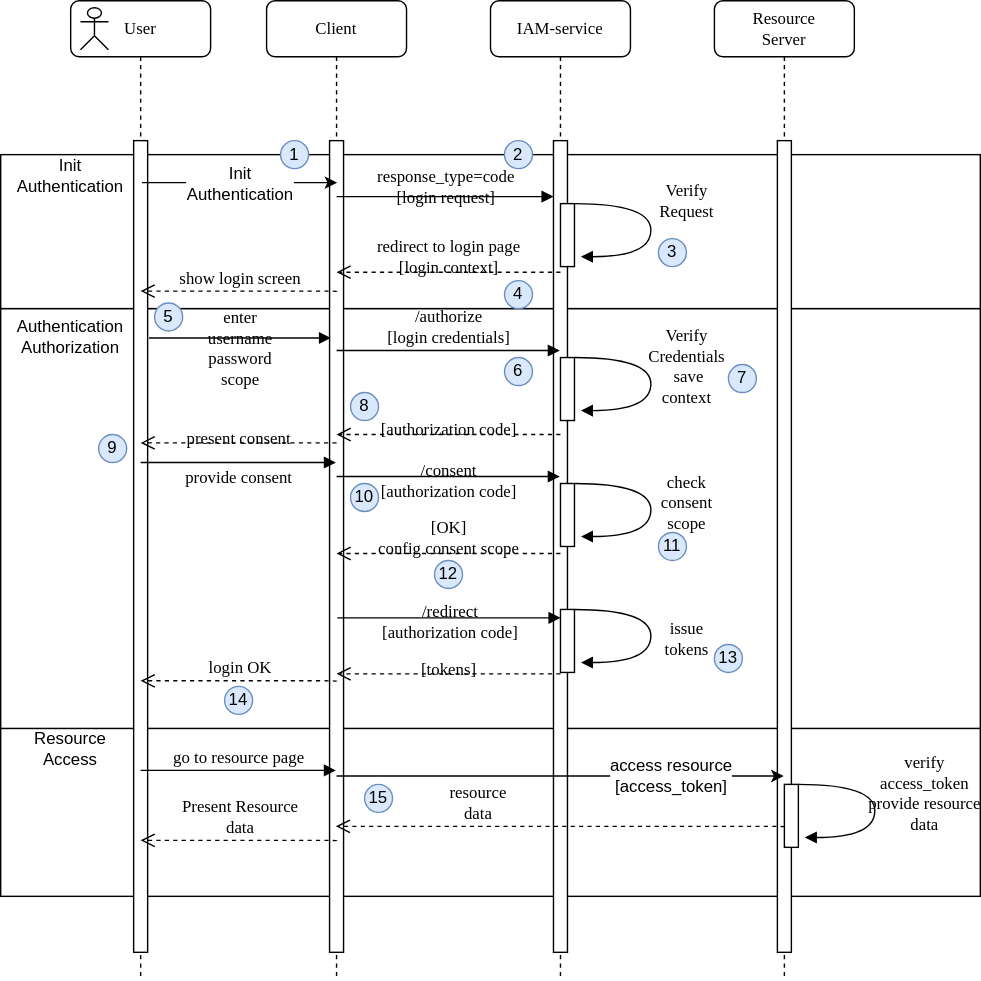
Above: docs/oauth2/131_authorization-code-flow.svg in jveverka/iam-service (draw.io), before the change. Source tidied: cells renumbered, new cells last; positions are measured from the earlier drawing's top-left corner, leaving out a move shared by most shapes.
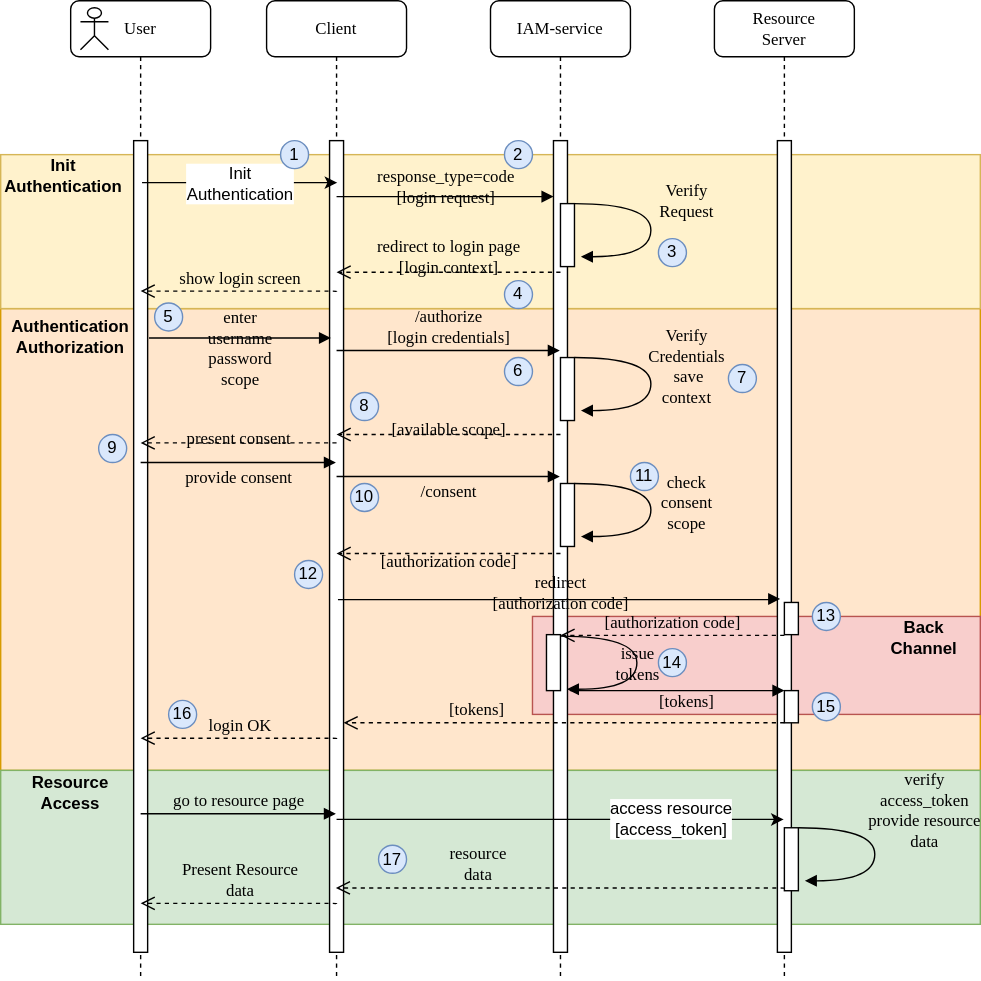
After the change.

Change to the diagram source:
```diff
@@ -2,13 +2,16 @@
   <root>
     <mxCell id="0" />
     <mxCell id="1" parent="0" />
+    <mxCell id="3" style="rounded=0;whiteSpace=wrap;html=1;fillColor=#ffe6cc;strokeColor=#d79b00;" parent="1" vertex="1">
+      <mxGeometry y="220" width="700" height="330" as="geometry" />
+    </mxCell>
+    <mxCell id="62" style="rounded=0;whiteSpace=wrap;html=1;fillColor=#f8cecc;strokeColor=#b85450;" parent="1" vertex="1">
+      <mxGeometry x="380" y="440" width="320" height="70" as="geometry" />
+    </mxCell>
-    <mxCell id="2" style="rounded=0;whiteSpace=wrap;html=1;" parent="1" vertex="1">
-      <mxGeometry y="520" width="700" height="120" as="geometry" />
+    <mxCell id="2" style="rounded=0;whiteSpace=wrap;html=1;fillColor=#d5e8d4;strokeColor=#82b366;" parent="1" vertex="1">
+      <mxGeometry y="550" width="700" height="110" as="geometry" />
     </mxCell>
-    <mxCell id="3" style="rounded=0;whiteSpace=wrap;html=1;" parent="1" vertex="1">
-      <mxGeometry y="220" width="700" height="300" as="geometry" />
-    </mxCell>
-    <mxCell id="4" style="rounded=0;whiteSpace=wrap;html=1;" parent="1" vertex="1">
+    <mxCell id="4" style="rounded=0;whiteSpace=wrap;html=1;fillColor=#fff2cc;strokeColor=#d6b656;" parent="1" vertex="1">
       <mxGeometry y="110" width="700" height="110" as="geometry" />
     </mxCell>
     <mxCell id="5" value="Client" style="shape=umlLifeline;perimeter=lifelinePerimeter;whiteSpace=wrap;html=1;rounded=1;shadow=0;comic=0;labelBackgroundColor=none;strokeWidth=1;fontFamily=Verdana;fontSize=12;align=center;" parent="1" vertex="1">
@@ -95,7 +98,7 @@
         <mxPoint x="236" y="241" as="targetPoint" />
       </mxGeometry>
     </mxCell>
-    <mxCell id="21" value="[authorization code]" style="html=1;verticalAlign=bottom;endArrow=open;dashed=1;endSize=8;labelBackgroundColor=none;fontFamily=Verdana;fontSize=12;edgeStyle=elbowEdgeStyle;elbow=vertical;" parent="1" edge="1">
+    <mxCell id="21" value="[available scope]" style="html=1;verticalAlign=bottom;endArrow=open;dashed=1;endSize=8;labelBackgroundColor=none;fontFamily=Verdana;fontSize=12;edgeStyle=elbowEdgeStyle;elbow=vertical;" parent="1" edge="1">
       <mxGeometry y="6" relative="1" as="geometry">
         <mxPoint x="400" y="310" as="sourcePoint" />
         <mxPoint x="240" y="310" as="targetPoint" />
@@ -105,7 +108,7 @@
         </Array>
       </mxGeometry>
     </mxCell>
-    <mxCell id="22" value="/consent&lt;br&gt;[authorization code]" style="html=1;verticalAlign=bottom;endArrow=block;labelBackgroundColor=none;fontFamily=Verdana;fontSize=12;edgeStyle=elbowEdgeStyle;elbow=vertical;" parent="1" edge="1">
+    <mxCell id="22" value="/consent" style="html=1;verticalAlign=bottom;endArrow=block;labelBackgroundColor=none;fontFamily=Verdana;fontSize=12;edgeStyle=elbowEdgeStyle;elbow=vertical;" parent="1" edge="1">
       <mxGeometry y="-20" relative="1" as="geometry">
         <mxPoint x="240" y="340" as="sourcePoint" />
         <mxPoint x="399.5" y="340" as="targetPoint" />
@@ -125,8 +128,8 @@
         <mxPoint y="1" as="offset" />
       </mxGeometry>
     </mxCell>
-    <mxCell id="25" value="[OK]&lt;br&gt;config consent scope" style="html=1;verticalAlign=bottom;endArrow=open;dashed=1;endSize=8;labelBackgroundColor=none;fontFamily=Verdana;fontSize=12;edgeStyle=elbowEdgeStyle;elbow=vertical;" parent="1" edge="1">
-      <mxGeometry y="6" relative="1" as="geometry">
+    <mxCell id="25" value="[authorization code]" style="html=1;verticalAlign=bottom;endArrow=open;dashed=1;endSize=8;labelBackgroundColor=none;fontFamily=Verdana;fontSize=12;edgeStyle=elbowEdgeStyle;elbow=vertical;" parent="1" edge="1">
+      <mxGeometry y="15" relative="1" as="geometry">
         <mxPoint x="400" y="395" as="sourcePoint" />
         <mxPoint x="240" y="395" as="targetPoint" />
         <Array as="points">
@@ -151,11 +154,11 @@
     </mxCell>
     <mxCell id="28" value="login OK" style="html=1;verticalAlign=bottom;endArrow=open;dashed=1;endSize=8;labelBackgroundColor=none;fontFamily=Verdana;fontSize=12;edgeStyle=elbowEdgeStyle;elbow=vertical;" parent="1" edge="1">
       <mxGeometry relative="1" as="geometry">
-        <mxPoint x="240" y="486.5" as="sourcePoint" />
-        <mxPoint x="100" y="486" as="targetPoint" />
+        <mxPoint x="240" y="527.5" as="sourcePoint" />
+        <mxPoint x="100" y="527" as="targetPoint" />
         <Array as="points">
-          <mxPoint x="205" y="486" />
-          <mxPoint x="235" y="486" />
+          <mxPoint x="205" y="527" />
+          <mxPoint x="235" y="527" />
         </Array>
       </mxGeometry>
     </mxCell>
@@ -187,13 +190,13 @@
       <mxGeometry x="250" y="345" width="20" height="20" as="geometry" />
     </mxCell>
     <mxCell id="38" value="11" style="ellipse;whiteSpace=wrap;html=1;fillColor=#dae8fc;strokeColor=#6c8ebf;" parent="1" vertex="1">
-      <mxGeometry x="470" y="380" width="20" height="20" as="geometry" />
+      <mxGeometry x="450" y="330" width="20" height="20" as="geometry" />
     </mxCell>
     <mxCell id="39" value="12" style="ellipse;whiteSpace=wrap;html=1;fillColor=#dae8fc;strokeColor=#6c8ebf;" parent="1" vertex="1">
-      <mxGeometry x="310" y="400" width="20" height="20" as="geometry" />
+      <mxGeometry x="210" y="400" width="20" height="20" as="geometry" />
     </mxCell>
-    <mxCell id="40" value="14" style="ellipse;whiteSpace=wrap;html=1;fillColor=#dae8fc;strokeColor=#6c8ebf;" parent="1" vertex="1">
-      <mxGeometry x="160" y="490" width="20" height="20" as="geometry" />
+    <mxCell id="40" value="16" style="ellipse;whiteSpace=wrap;html=1;fillColor=#dae8fc;strokeColor=#6c8ebf;" parent="1" vertex="1">
+      <mxGeometry x="120" y="500" width="20" height="20" as="geometry" />
     </mxCell>
     <mxCell id="41" value="Resource&lt;br&gt;Server" style="shape=umlLifeline;perimeter=lifelinePerimeter;whiteSpace=wrap;html=1;rounded=1;shadow=0;comic=0;labelBackgroundColor=none;strokeWidth=1;fontFamily=Verdana;fontSize=12;align=center;" parent="1" vertex="1">
       <mxGeometry x="510" width="100" height="700" as="geometry" />
@@ -203,8 +206,8 @@
     </mxCell>
     <mxCell id="43" style="endArrow=classic;html=1;" parent="1" edge="1">
       <mxGeometry relative="1" as="geometry">
-        <mxPoint x="240" y="554" as="sourcePoint" />
-        <mxPoint x="559.5" y="554" as="targetPoint" />
+        <mxPoint x="240" y="585" as="sourcePoint" />
+        <mxPoint x="559.5" y="585" as="targetPoint" />
       </mxGeometry>
     </mxCell>
     <mxCell id="44" value="access resource&lt;br&gt;[access_token]" style="text;html=1;align=center;verticalAlign=middle;labelBackgroundColor=#ffffff;" parent="43" vertex="1">
@@ -212,60 +215,62 @@
     </mxCell>
     <mxCell id="45" value="resource&lt;br&gt;data" style="html=1;verticalAlign=bottom;endArrow=open;dashed=1;endSize=8;labelBackgroundColor=none;fontFamily=Verdana;fontSize=12;edgeStyle=elbowEdgeStyle;elbow=vertical;" parent="1" edge="1">
       <mxGeometry x="0.37" relative="1" as="geometry">
-        <mxPoint x="560" y="590.5" as="sourcePoint" />
-        <mxPoint x="239.5" y="590" as="targetPoint" />
+        <mxPoint x="560" y="634.5" as="sourcePoint" />
+        <mxPoint x="239.5" y="634" as="targetPoint" />
         <Array as="points">
-          <mxPoint x="525" y="590" />
-          <mxPoint x="555" y="590" />
+          <mxPoint x="525" y="634" />
+          <mxPoint x="555" y="634" />
         </Array>
       </mxGeometry>
     </mxCell>
     <mxCell id="46" value="go to resource page" style="html=1;verticalAlign=bottom;endArrow=block;labelBackgroundColor=none;fontFamily=Verdana;fontSize=12;edgeStyle=elbowEdgeStyle;elbow=vertical;" parent="1" edge="1">
       <mxGeometry relative="1" as="geometry">
-        <mxPoint x="100" y="550" as="sourcePoint" />
-        <mxPoint x="239.5" y="550" as="targetPoint" />
+        <mxPoint x="100" y="581" as="sourcePoint" />
+        <mxPoint x="239.5" y="581" as="targetPoint" />
       </mxGeometry>
     </mxCell>
     <mxCell id="47" value="Present Resource&lt;br&gt;data" style="html=1;verticalAlign=bottom;endArrow=open;dashed=1;endSize=8;labelBackgroundColor=none;fontFamily=Verdana;fontSize=12;edgeStyle=elbowEdgeStyle;elbow=vertical;" parent="1" edge="1">
       <mxGeometry relative="1" as="geometry">
-        <mxPoint x="240" y="600.5" as="sourcePoint" />
-        <mxPoint x="100" y="600" as="targetPoint" />
+        <mxPoint x="240" y="645.5" as="sourcePoint" />
+        <mxPoint x="100" y="645" as="targetPoint" />
         <Array as="points">
-          <mxPoint x="205" y="600" />
-          <mxPoint x="235" y="600" />
+          <mxPoint x="205" y="645" />
+          <mxPoint x="235" y="645" />
         </Array>
       </mxGeometry>
     </mxCell>
     <mxCell id="48" style="html=1;perimeter=orthogonalPerimeter;rounded=0;shadow=0;comic=0;labelBackgroundColor=none;strokeWidth=1;fontFamily=Verdana;fontSize=12;align=center;" parent="1" vertex="1">
-      <mxGeometry x="560" y="560" width="10" height="45" as="geometry" />
+      <mxGeometry x="560" y="591" width="10" height="45" as="geometry" />
     </mxCell>
     <mxCell id="49" value="verify&lt;br&gt;access_token&lt;br&gt;provide resource&lt;br&gt;data" style="html=1;verticalAlign=bottom;endArrow=block;labelBackgroundColor=none;fontFamily=Verdana;fontSize=12;elbow=vertical;edgeStyle=orthogonalEdgeStyle;curved=1;entryX=1;entryY=0.286;entryPerimeter=0;exitX=1.038;exitY=0.345;exitPerimeter=0;" parent="1" edge="1">
-      <mxGeometry x="0.3" y="35" relative="1" as="geometry">
-        <mxPoint x="570" y="560" as="sourcePoint" />
-        <mxPoint x="574.6" y="597.9" as="targetPoint" />
+      <mxGeometry x="0.03" y="35" relative="1" as="geometry">
+        <mxPoint x="570" y="591" as="sourcePoint" />
+        <mxPoint x="574.6" y="628.9" as="targetPoint" />
         <Array as="points">
-          <mxPoint x="624.6" y="559.9" />
-          <mxPoint x="624.6" y="597.9" />
+          <mxPoint x="624.6" y="590.9" />
+          <mxPoint x="624.6" y="628.9" />
         </Array>
-        <mxPoint y="1" as="offset" />
       </mxGeometry>
     </mxCell>
-    <mxCell id="50" value="15" style="ellipse;whiteSpace=wrap;html=1;fillColor=#dae8fc;strokeColor=#6c8ebf;" parent="1" vertex="1">
-      <mxGeometry x="260" y="560" width="20" height="20" as="geometry" />
+    <mxCell id="50" value="17" style="ellipse;whiteSpace=wrap;html=1;fillColor=#dae8fc;strokeColor=#6c8ebf;" parent="1" vertex="1">
+      <mxGeometry x="270" y="603.5" width="20" height="20" as="geometry" />
     </mxCell>
-    <mxCell id="51" value="Init&lt;br&gt;Authentication" style="text;html=1;strokeColor=none;fillColor=none;align=center;verticalAlign=middle;whiteSpace=wrap;rounded=0;" parent="1" vertex="1">
-      <mxGeometry x="10" y="110" width="80" height="30" as="geometry" />
+    <mxCell id="51" value="&lt;b&gt;Init&lt;br&gt;Authentication&lt;/b&gt;" style="text;html=1;strokeColor=none;fillColor=none;align=center;verticalAlign=middle;whiteSpace=wrap;rounded=0;" parent="1" vertex="1">
+      <mxGeometry x="5" y="110" width="80" height="30" as="geometry" />
     </mxCell>
-    <mxCell id="52" value="Authentication&lt;br&gt;Authorization" style="text;html=1;strokeColor=none;fillColor=none;align=center;verticalAlign=middle;whiteSpace=wrap;rounded=0;" parent="1" vertex="1">
+    <mxCell id="52" value="&lt;b&gt;Authentication&lt;br&gt;Authorization&lt;/b&gt;" style="text;html=1;strokeColor=none;fillColor=none;align=center;verticalAlign=middle;whiteSpace=wrap;rounded=0;" parent="1" vertex="1">
       <mxGeometry x="10" y="225" width="80" height="30" as="geometry" />
     </mxCell>
-    <mxCell id="53" value="Resource&lt;br&gt;Access" style="text;html=1;strokeColor=none;fillColor=none;align=center;verticalAlign=middle;whiteSpace=wrap;rounded=0;" parent="1" vertex="1">
-      <mxGeometry x="10" y="520" width="80" height="30" as="geometry" />
+    <mxCell id="53" value="&lt;b&gt;Resource&lt;br&gt;Access&lt;/b&gt;" style="text;html=1;strokeColor=none;fillColor=none;align=center;verticalAlign=middle;whiteSpace=wrap;rounded=0;" parent="1" vertex="1">
+      <mxGeometry x="10" y="551" width="80" height="30" as="geometry" />
     </mxCell>
-    <mxCell id="54" value="/redirect&lt;br&gt;[authorization code]" style="html=1;verticalAlign=bottom;endArrow=block;labelBackgroundColor=none;fontFamily=Verdana;fontSize=12;edgeStyle=elbowEdgeStyle;elbow=vertical;" parent="1" edge="1">
-      <mxGeometry y="-20" relative="1" as="geometry">
-        <mxPoint x="240.5" y="441" as="sourcePoint" />
-        <mxPoint x="400" y="441" as="targetPoint" />
+    <mxCell id="54" value="redirect&lt;br&gt;[authorization code]" style="html=1;verticalAlign=bottom;endArrow=block;labelBackgroundColor=none;fontFamily=Verdana;fontSize=12;edgeStyle=elbowEdgeStyle;elbow=vertical;entryX=0.2;entryY=0.594;entryDx=0;entryDy=0;entryPerimeter=0;" parent="1" edge="1">
+      <mxGeometry y="-12" relative="1" as="geometry">
+        <mxPoint x="241" y="428" as="sourcePoint" />
+        <mxPoint x="557" y="427.5" as="targetPoint" />
+        <Array as="points">
+          <mxPoint x="550" y="428" />
+        </Array>
       </mxGeometry>
     </mxCell>
     <mxCell id="55" value="present consent" style="html=1;verticalAlign=bottom;endArrow=open;dashed=1;endSize=8;labelBackgroundColor=none;fontFamily=Verdana;fontSize=12;edgeStyle=elbowEdgeStyle;elbow=vertical;" parent="1" edge="1">
@@ -288,30 +293,58 @@
       <mxGeometry x="70" y="310" width="20" height="20" as="geometry" />
     </mxCell>
     <mxCell id="58" value="13" style="ellipse;whiteSpace=wrap;html=1;fillColor=#dae8fc;strokeColor=#6c8ebf;" parent="1" vertex="1">
-      <mxGeometry x="510" y="460" width="20" height="20" as="geometry" />
+      <mxGeometry x="580" y="430" width="20" height="20" as="geometry" />
     </mxCell>
-    <mxCell id="59" value="[tokens]" style="html=1;verticalAlign=bottom;endArrow=open;dashed=1;endSize=8;labelBackgroundColor=none;fontFamily=Verdana;fontSize=12;edgeStyle=elbowEdgeStyle;elbow=vertical;" parent="1" edge="1">
-      <mxGeometry y="6" relative="1" as="geometry">
-        <mxPoint x="400" y="481" as="sourcePoint" />
-        <mxPoint x="240" y="481" as="targetPoint" />
+    <mxCell id="59" value="[authorization code]" style="html=1;verticalAlign=bottom;endArrow=open;dashed=1;endSize=8;labelBackgroundColor=none;fontFamily=Verdana;fontSize=12;edgeStyle=elbowEdgeStyle;elbow=vertical;" parent="1" edge="1">
+      <mxGeometry relative="1" as="geometry">
+        <mxPoint x="560" y="453.5" as="sourcePoint" />
+        <mxPoint x="400" y="453.5" as="targetPoint" />
         <Array as="points">
-          <mxPoint x="375" y="481" />
+          <mxPoint x="535" y="453.5" />
         </Array>
       </mxGeometry>
     </mxCell>
     <mxCell id="60" style="html=1;perimeter=orthogonalPerimeter;rounded=0;shadow=0;comic=0;labelBackgroundColor=none;strokeWidth=1;fontFamily=Verdana;fontSize=12;align=center;" parent="1" vertex="1">
-      <mxGeometry x="400" y="435" width="10" height="45" as="geometry" />
+      <mxGeometry x="560" y="430" width="10" height="23" as="geometry" />
     </mxCell>
     <mxCell id="61" value="issue&lt;br&gt;tokens" style="html=1;verticalAlign=bottom;endArrow=block;labelBackgroundColor=none;fontFamily=Verdana;fontSize=12;elbow=vertical;edgeStyle=orthogonalEdgeStyle;curved=1;entryX=1;entryY=0.286;entryPerimeter=0;exitX=1.038;exitY=0.345;exitPerimeter=0;" parent="1" edge="1">
-      <mxGeometry x="0.3" y="25" relative="1" as="geometry">
-        <mxPoint x="410" y="435" as="sourcePoint" />
-        <mxPoint x="414.6" y="472.9" as="targetPoint" />
+      <mxGeometry x="0.3" relative="1" as="geometry">
+        <mxPoint x="400" y="454.1" as="sourcePoint" />
+        <mxPoint x="404.6" y="492" as="targetPoint" />
         <Array as="points">
-          <mxPoint x="464.6" y="434.9" />
-          <mxPoint x="464.6" y="472.9" />
+          <mxPoint x="454.6" y="454" />
+          <mxPoint x="454.6" y="492" />
         </Array>
-        <mxPoint y="1" as="offset" />
       </mxGeometry>
     </mxCell>
+    <mxCell id="63" style="html=1;perimeter=orthogonalPerimeter;rounded=0;shadow=0;comic=0;labelBackgroundColor=none;strokeWidth=1;fontFamily=Verdana;fontSize=12;align=center;" parent="1" vertex="1">
+      <mxGeometry x="390" y="453" width="10" height="40" as="geometry" />
+    </mxCell>
+    <mxCell id="64" value="[tokens]" style="html=1;verticalAlign=bottom;endArrow=block;labelBackgroundColor=none;fontFamily=Verdana;fontSize=12;edgeStyle=elbowEdgeStyle;elbow=vertical;" parent="1" edge="1">
+      <mxGeometry x="0.09" y="-17" relative="1" as="geometry">
+        <mxPoint x="407" y="493" as="sourcePoint" />
+        <mxPoint x="560" y="493" as="targetPoint" />
+      </mxGeometry>
+    </mxCell>
+    <mxCell id="65" style="html=1;perimeter=orthogonalPerimeter;rounded=0;shadow=0;comic=0;labelBackgroundColor=none;strokeWidth=1;fontFamily=Verdana;fontSize=12;align=center;" parent="1" vertex="1">
+      <mxGeometry x="560" y="493" width="10" height="23" as="geometry" />
+    </mxCell>
+    <mxCell id="66" value="[tokens]" style="html=1;verticalAlign=bottom;endArrow=open;dashed=1;endSize=8;labelBackgroundColor=none;fontFamily=Verdana;fontSize=12;edgeStyle=elbowEdgeStyle;elbow=vertical;" parent="1" edge="1" target="6">
+      <mxGeometry x="0.4" relative="1" as="geometry">
+        <mxPoint x="560" y="516" as="sourcePoint" />
+        <Array as="points">
+          <mxPoint x="535" y="516" />
+        </Array>
+      </mxGeometry>
+    </mxCell>
+    <mxCell id="67" value="14" style="ellipse;whiteSpace=wrap;html=1;fillColor=#dae8fc;strokeColor=#6c8ebf;" parent="1" vertex="1">
+      <mxGeometry x="470" y="463" width="20" height="20" as="geometry" />
+    </mxCell>
+    <mxCell id="68" value="15" style="ellipse;whiteSpace=wrap;html=1;fillColor=#dae8fc;strokeColor=#6c8ebf;" parent="1" vertex="1">
+      <mxGeometry x="580" y="494.5" width="20" height="20" as="geometry" />
+    </mxCell>
+    <mxCell id="69" value="&lt;b&gt;Back&lt;br&gt;Channel&lt;/b&gt;" style="text;html=1;strokeColor=none;fillColor=none;align=center;verticalAlign=middle;whiteSpace=wrap;rounded=0;" parent="1" vertex="1">
+      <mxGeometry x="620" y="440" width="80" height="30" as="geometry" />
+    </mxCell>
   </root>
 </mxGraphModel>
```
